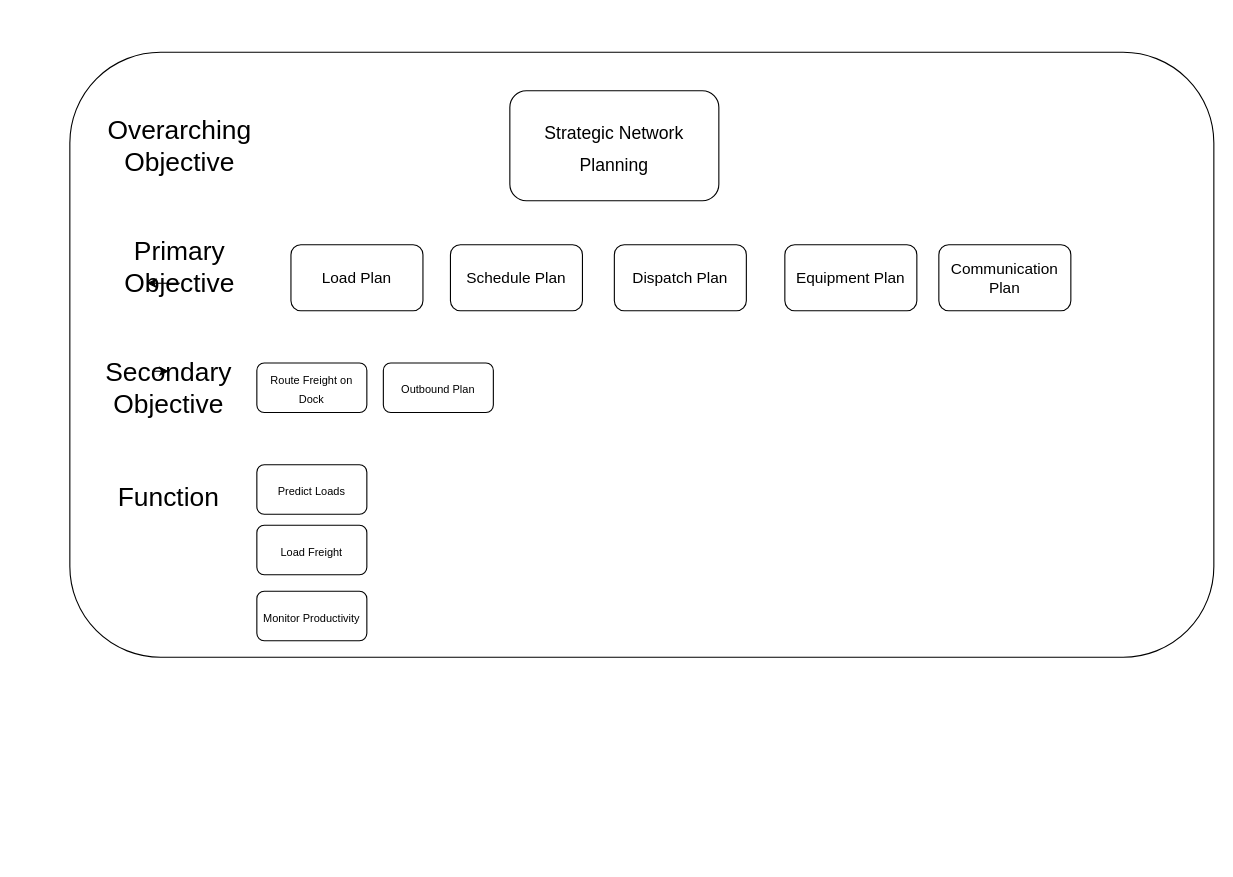
This is page "Objective Analysis" (2 of 3) of SSPN Replacement.drawio from RustyTruck/plc4trucksduck, a draw.io file, before an edit. Source tidied: cells renumbered, new cells numbered last; positions are measured from the earlier drawing's top-left corner, leaving out a move shared by most shapes. Both pictures are drawn from the tidied source at 110%, with x=0, y=0 at pixel (69, 52).
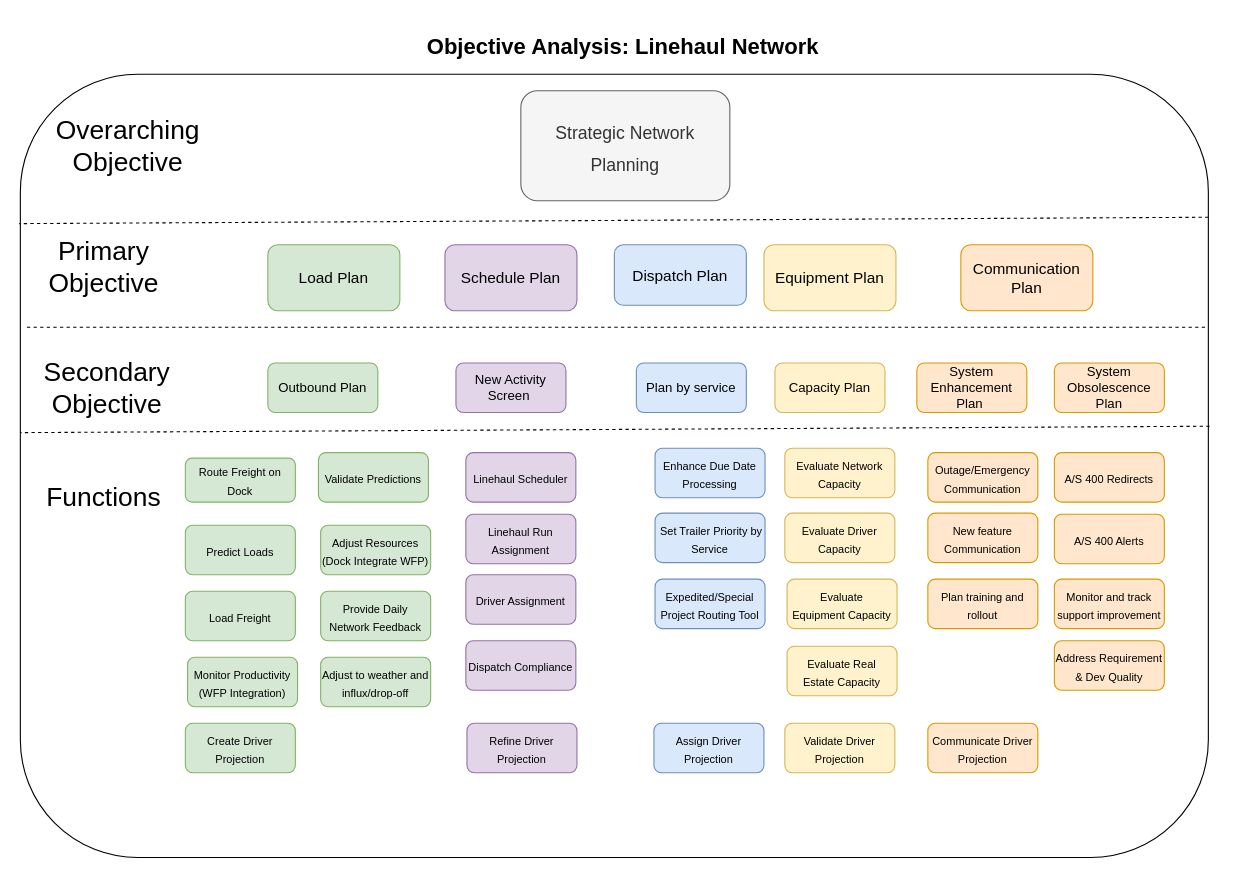
After the change.

Change to the diagram source:
```diff
@@
     <mxCell id="2" style="rounded=1;whiteSpace=wrap;html=1;fontSize=24;fontStyle=1;" parent="1" vertex="1">
-      <mxGeometry width="1040" height="550" as="geometry" />
+      <mxGeometry x="-45" y="20" width="1080" height="712" as="geometry" />
     </mxCell>
-    <mxCell id="3" value="&lt;font style=&quot;font-size: 16px&quot;&gt;Strategic Network Planning&lt;/font&gt;" style="rounded=1;whiteSpace=wrap;html=1;fontSize=24;" parent="1" vertex="1">
-      <mxGeometry x="400" y="35" width="190" height="100" as="geometry" />
+    <mxCell id="3" value="&lt;font style=&quot;font-size: 16px&quot;&gt;Strategic Network Planning&lt;/font&gt;" style="rounded=1;whiteSpace=wrap;html=1;fontSize=24;fillColor=#f5f5f5;fontColor=#333333;strokeColor=#666666;" parent="1" vertex="1">
+      <mxGeometry x="410" y="35" width="190" height="100" as="geometry" />
     </mxCell>
     <mxCell id="4" value="Overarching Objective" style="text;html=1;strokeColor=none;fillColor=none;align=center;verticalAlign=middle;whiteSpace=wrap;rounded=0;fontSize=24;" parent="1" vertex="1">
-      <mxGeometry x="70" y="70" width="60" height="30" as="geometry" />
+      <mxGeometry x="23" y="70" width="60" height="30" as="geometry" />
     </mxCell>
     <mxCell id="5" value="Primary Objective" style="text;html=1;strokeColor=none;fillColor=none;align=center;verticalAlign=middle;whiteSpace=wrap;rounded=0;fontSize=24;" parent="1" vertex="1">
-      <mxGeometry x="70" y="180" width="60" height="30" as="geometry" />
+      <mxGeometry x="1" y="180" width="60" height="30" as="geometry" />
     </mxCell>
-    <mxCell id="6" value="Load Plan" style="rounded=1;whiteSpace=wrap;html=1;fontSize=14;" parent="1" vertex="1">
-      <mxGeometry x="201" y="175" width="120" height="60" as="geometry" />
+    <mxCell id="6" value="Load Plan" style="rounded=1;whiteSpace=wrap;html=1;fontSize=14;fillColor=#d5e8d4;strokeColor=#82b366;" parent="1" vertex="1">
+      <mxGeometry x="180" y="175" width="120" height="60" as="geometry" />
     </mxCell>
-    <mxCell id="7" value="Schedule Plan" style="rounded=1;whiteSpace=wrap;html=1;fontSize=14;" parent="1" vertex="1">
-      <mxGeometry x="346" y="175" width="120" height="60" as="geometry" />
-    </mxCell>
-    <mxCell id="8" value="Dispatch Plan" style="rounded=1;whiteSpace=wrap;html=1;fontSize=14;" parent="1" vertex="1">
-      <mxGeometry x="495" y="175" width="120" height="60" as="geometry" />
+    <mxCell id="8" value="Dispatch Plan" style="rounded=1;whiteSpace=wrap;html=1;fontSize=14;fillColor=#dae8fc;strokeColor=#6c8ebf;" parent="1" vertex="1">
+      <mxGeometry x="495" y="175" width="120" height="55" as="geometry" />
     </mxCell>
-    <mxCell id="9" value="Communication Plan" style="rounded=1;whiteSpace=wrap;html=1;fontSize=14;" parent="1" vertex="1">
-      <mxGeometry x="790" y="175" width="120" height="60" as="geometry" />
+    <mxCell id="9" value="Communication Plan" style="rounded=1;whiteSpace=wrap;html=1;fontSize=14;fillColor=#ffe6cc;strokeColor=#d79b00;" parent="1" vertex="1">
+      <mxGeometry x="810" y="175" width="120" height="60" as="geometry" />
     </mxCell>
-    <mxCell id="10" value="Equipment Plan" style="rounded=1;whiteSpace=wrap;html=1;fontSize=14;" parent="1" vertex="1">
-      <mxGeometry x="650" y="175" width="120" height="60" as="geometry" />
+    <mxCell id="10" value="Equipment Plan" style="rounded=1;whiteSpace=wrap;html=1;fontSize=14;fillColor=#fff2cc;strokeColor=#d6b656;" parent="1" vertex="1">
+      <mxGeometry x="631" y="175" width="120" height="60" as="geometry" />
     </mxCell>
     <mxCell id="11" value="Secondary Objective&lt;br&gt;" style="text;html=1;strokeColor=none;fillColor=none;align=center;verticalAlign=middle;whiteSpace=wrap;rounded=0;fontSize=24;" parent="1" vertex="1">
-      <mxGeometry x="60" y="290" width="60" height="30" as="geometry" />
+      <mxGeometry x="4" y="290" width="60" height="30" as="geometry" />
     </mxCell>
-    <mxCell id="12" value="Function" style="text;html=1;strokeColor=none;fillColor=none;align=center;verticalAlign=middle;whiteSpace=wrap;rounded=0;fontSize=24;" parent="1" vertex="1">
-      <mxGeometry x="60" y="390" width="60" height="30" as="geometry" />
+    <mxCell id="12" value="Functions" style="text;html=1;strokeColor=none;fillColor=none;align=center;verticalAlign=middle;whiteSpace=wrap;rounded=0;fontSize=24;" parent="1" vertex="1">
+      <mxGeometry x="1" y="390" width="60" height="30" as="geometry" />
     </mxCell>
-    <mxCell id="13" value="&lt;font style=&quot;font-size: 10px&quot;&gt;Route Freight on Dock&lt;/font&gt;" style="rounded=1;whiteSpace=wrap;html=1;fontSize=14;" parent="1" vertex="1">
-      <mxGeometry x="170" y="282.5" width="100" height="45" as="geometry" />
-    </mxCell>
-    <mxCell id="14" value="&lt;font style=&quot;font-size: 10px&quot;&gt;Predict Loads&lt;/font&gt;" style="rounded=1;whiteSpace=wrap;html=1;fontSize=14;" parent="1" vertex="1">
-      <mxGeometry x="170" y="375" width="100" height="45" as="geometry" />
+    <mxCell id="14" value="&lt;font style=&quot;font-size: 10px&quot;&gt;Predict Loads&lt;/font&gt;" style="rounded=1;whiteSpace=wrap;html=1;fontSize=14;fillColor=#d5e8d4;strokeColor=#82b366;" parent="1" vertex="1">
+      <mxGeometry x="105" y="430" width="100" height="45" as="geometry" />
     </mxCell>
-    <mxCell id="15" value="&lt;font style=&quot;font-size: 10px&quot;&gt;Load Freight&lt;/font&gt;" style="rounded=1;whiteSpace=wrap;html=1;fontSize=14;" parent="1" vertex="1">
-      <mxGeometry x="170" y="430" width="100" height="45" as="geometry" />
+    <mxCell id="15" value="&lt;font style=&quot;font-size: 10px&quot;&gt;Load Freight&lt;/font&gt;" style="rounded=1;whiteSpace=wrap;html=1;fontSize=14;fillColor=#d5e8d4;strokeColor=#82b366;" parent="1" vertex="1">
+      <mxGeometry x="105" y="490" width="100" height="45" as="geometry" />
     </mxCell>
-    <mxCell id="16" value="&lt;font style=&quot;font-size: 10px&quot;&gt;Monitor Productivity&lt;/font&gt;" style="rounded=1;whiteSpace=wrap;html=1;fontSize=14;" parent="1" vertex="1">
-      <mxGeometry x="170" y="490" width="100" height="45" as="geometry" />
+    <mxCell id="16" value="&lt;font style=&quot;font-size: 10px&quot;&gt;Monitor Productivity (WFP Integration)&lt;/font&gt;" style="rounded=1;whiteSpace=wrap;html=1;fontSize=14;fillColor=#d5e8d4;strokeColor=#82b366;" parent="1" vertex="1">
+      <mxGeometry x="107" y="550" width="100" height="45" as="geometry" />
     </mxCell>
-    <mxCell id="17" style="edgeStyle=orthogonalEdgeStyle;rounded=0;orthogonalLoop=1;jettySize=auto;html=1;exitX=0.5;exitY=1;exitDx=0;exitDy=0;entryX=0;entryY=1;entryDx=0;entryDy=0;fontSize=10;" parent="1" edge="1" source="5" target="5">
-      <mxGeometry relative="1" as="geometry" />
-    </mxCell>
-    <mxCell id="18" style="edgeStyle=orthogonalEdgeStyle;rounded=0;orthogonalLoop=1;jettySize=auto;html=1;exitX=0.25;exitY=0;exitDx=0;exitDy=0;entryX=0.5;entryY=0;entryDx=0;entryDy=0;fontSize=10;" parent="1" edge="1" source="11" target="11">
-      <mxGeometry relative="1" as="geometry" />
-    </mxCell>
+    <mxCell id="20" value="&lt;span style=&quot;font-size: 10px&quot;&gt;Evaluate Network Capacity&lt;/span&gt;" style="rounded=1;whiteSpace=wrap;html=1;fontSize=14;fillColor=#fff2cc;strokeColor=#d6b656;" parent="1" vertex="1">
+      <mxGeometry x="650" y="360" width="100" height="45" as="geometry" />
+    </mxCell>
+    <mxCell id="21" value="&lt;font style=&quot;font-size: 10px&quot;&gt;Driver Assignment&lt;/font&gt;" style="rounded=1;whiteSpace=wrap;html=1;fontSize=14;fillColor=#e1d5e7;strokeColor=#9673a6;" parent="1" vertex="1">
+      <mxGeometry x="360" y="475" width="100" height="45" as="geometry" />
+    </mxCell>
+    <mxCell id="22" value="&lt;font style=&quot;font-size: 10px&quot;&gt;Dispatch Compliance&lt;/font&gt;" style="rounded=1;whiteSpace=wrap;html=1;fontSize=14;fillColor=#e1d5e7;strokeColor=#9673a6;" parent="1" vertex="1">
+      <mxGeometry x="360" y="535" width="100" height="45" as="geometry" />
+    </mxCell>
+    <mxCell id="23" value="&lt;font style=&quot;font-size: 12px;&quot;&gt;System Obsolescence Plan&lt;/font&gt;" style="rounded=1;whiteSpace=wrap;html=1;fontSize=12;fillColor=#ffe6cc;strokeColor=#d79b00;" parent="1" vertex="1">
+      <mxGeometry x="895" y="282.5" width="100" height="45" as="geometry" />
+    </mxCell>
+    <mxCell id="24" style="edgeStyle=orthogonalEdgeStyle;rounded=0;orthogonalLoop=1;jettySize=auto;html=1;exitX=0.5;exitY=1;exitDx=0;exitDy=0;fontSize=10;" parent="1" edge="1">
+      <mxGeometry relative="1" as="geometry">
+        <mxPoint x="700" y="327.5" as="sourcePoint" />
+        <mxPoint x="700" y="327.5" as="targetPoint" />
+      </mxGeometry>
+    </mxCell>
+    <mxCell id="25" value="&lt;span style=&quot;font-size: 10px&quot;&gt;Outage/Emergency Communication&lt;/span&gt;" style="rounded=1;whiteSpace=wrap;html=1;fontSize=14;fillColor=#ffe6cc;strokeColor=#d79b00;" parent="1" vertex="1">
+      <mxGeometry x="780" y="364" width="100" height="45" as="geometry" />
+    </mxCell>
+    <mxCell id="26" value="&lt;span style=&quot;font-size: 10px&quot;&gt;New feature Communication&lt;/span&gt;" style="rounded=1;whiteSpace=wrap;html=1;fontSize=14;fillColor=#ffe6cc;strokeColor=#d79b00;" parent="1" vertex="1">
+      <mxGeometry x="780" y="419" width="100" height="45" as="geometry" />
+    </mxCell>
+    <mxCell id="27" value="&lt;span style=&quot;font-size: 10px&quot;&gt;Plan training and rollout&lt;/span&gt;" style="rounded=1;whiteSpace=wrap;html=1;fontSize=14;fillColor=#ffe6cc;strokeColor=#d79b00;" parent="1" vertex="1">
+      <mxGeometry x="780" y="479" width="100" height="45" as="geometry" />
+    </mxCell>
+    <mxCell id="28" value="&lt;font style=&quot;font-size: 10px&quot;&gt;A/S 400 Redirects&lt;/font&gt;" style="rounded=1;whiteSpace=wrap;html=1;fontSize=14;fillColor=#ffe6cc;strokeColor=#d79b00;" parent="1" vertex="1">
+      <mxGeometry x="895" y="364" width="100" height="45" as="geometry" />
+    </mxCell>
+    <mxCell id="29" value="&lt;font style=&quot;font-size: 10px&quot;&gt;A/S 400 Alerts&lt;/font&gt;" style="rounded=1;whiteSpace=wrap;html=1;fontSize=14;fillColor=#ffe6cc;strokeColor=#d79b00;" parent="1" vertex="1">
+      <mxGeometry x="895" y="420" width="100" height="45" as="geometry" />
+    </mxCell>
+    <mxCell id="30" value="&lt;font style=&quot;font-size: 10px&quot;&gt;Monitor and track support improvement&lt;/font&gt;" style="rounded=1;whiteSpace=wrap;html=1;fontSize=14;fillColor=#ffe6cc;strokeColor=#d79b00;" parent="1" vertex="1">
+      <mxGeometry x="895" y="479" width="100" height="45" as="geometry" />
+    </mxCell>
+    <mxCell id="31" value="&lt;font style=&quot;font-size: 10px&quot;&gt;Validate Predictions&lt;/font&gt;" style="rounded=1;whiteSpace=wrap;html=1;fontSize=14;fillColor=#d5e8d4;strokeColor=#82b366;" parent="1" vertex="1">
+      <mxGeometry x="226" y="364" width="100" height="45" as="geometry" />
+    </mxCell>
+    <mxCell id="32" value="&lt;font style=&quot;font-size: 10px&quot;&gt;Adjust Resources (Dock Integrate WFP)&lt;/font&gt;" style="rounded=1;whiteSpace=wrap;html=1;fontSize=14;fillColor=#d5e8d4;strokeColor=#82b366;" parent="1" vertex="1">
+      <mxGeometry x="228" y="430" width="100" height="45" as="geometry" />
+    </mxCell>
+    <mxCell id="33" value="&lt;span style=&quot;font-size: 10px&quot;&gt;Provide Daily Network Feedback&lt;/span&gt;" style="rounded=1;whiteSpace=wrap;html=1;fontSize=14;fillColor=#d5e8d4;strokeColor=#82b366;" parent="1" vertex="1">
+      <mxGeometry x="228" y="490" width="100" height="45" as="geometry" />
+    </mxCell>
+    <mxCell id="34" value="&lt;span style=&quot;font-size: 10px&quot;&gt;Adjust to weather and influx/drop-off&lt;/span&gt;" style="rounded=1;whiteSpace=wrap;html=1;fontSize=14;fillColor=#d5e8d4;strokeColor=#82b366;" parent="1" vertex="1">
+      <mxGeometry x="228" y="550" width="100" height="45" as="geometry" />
+    </mxCell>
+    <mxCell id="35" style="endArrow=none;dashed=1;html=1;rounded=0;fontSize=10;" parent="1" edge="1">
+      <mxGeometry relative="1" as="geometry">
+        <mxPoint x="1032" y="250" as="sourcePoint" />
+        <mxPoint x="-40" y="250" as="targetPoint" />
+      </mxGeometry>
+    </mxCell>
+    <mxCell id="36" style="endArrow=none;dashed=1;html=1;rounded=0;fontSize=10;entryX=0.001;entryY=0.372;entryDx=0;entryDy=0;entryPerimeter=0;exitX=1.002;exitY=0.363;exitDx=0;exitDy=0;exitPerimeter=0;" parent="1" edge="1">
+      <mxGeometry relative="1" as="geometry">
+        <mxPoint x="1036.1" y="340" as="sourcePoint" />
+        <mxPoint x="-45" y="345.8" as="targetPoint" />
+      </mxGeometry>
+    </mxCell>
+    <mxCell id="37" style="endArrow=none;dashed=1;html=1;rounded=0;fontSize=10;entryX=0.001;entryY=0.372;entryDx=0;entryDy=0;entryPerimeter=0;exitX=1.002;exitY=0.363;exitDx=0;exitDy=0;exitPerimeter=0;" parent="1" edge="1">
+      <mxGeometry relative="1" as="geometry">
+        <mxPoint x="1035.1" y="150" as="sourcePoint" />
+        <mxPoint x="-46" y="155.8" as="targetPoint" />
+      </mxGeometry>
+    </mxCell>
+    <mxCell id="38" value="&lt;font style=&quot;font-size: 10px&quot;&gt;Address Requirement &amp;amp; Dev Quality&lt;/font&gt;" style="rounded=1;whiteSpace=wrap;html=1;fontSize=14;fillColor=#ffe6cc;strokeColor=#d79b00;" parent="1" vertex="1">
+      <mxGeometry x="895" y="535" width="100" height="45" as="geometry" />
+    </mxCell>
+    <mxCell id="39" value="&lt;font style=&quot;font-size: 10px&quot;&gt;Enhance Due Date Processing&lt;/font&gt;" style="rounded=1;whiteSpace=wrap;html=1;fontSize=14;fillColor=#dae8fc;strokeColor=#6c8ebf;" parent="1" vertex="1">
+      <mxGeometry x="532" y="360" width="100" height="45" as="geometry" />
+    </mxCell>
+    <mxCell id="40" value="&lt;span style=&quot;font-size: 10px&quot;&gt;&amp;nbsp;Set Trailer Priority by Service&lt;/span&gt;" style="rounded=1;whiteSpace=wrap;html=1;fontSize=14;fillColor=#dae8fc;strokeColor=#6c8ebf;" parent="1" vertex="1">
+      <mxGeometry x="532" y="419" width="100" height="45" as="geometry" />
+    </mxCell>
+    <mxCell id="41" value="&lt;h1&gt;Objective Analysis: Linehaul Network&amp;nbsp;&lt;/h1&gt;" style="text;html=1;strokeColor=none;fillColor=none;spacing=5;spacingTop=-20;whiteSpace=wrap;overflow=hidden;rounded=0;fontSize=10;" parent="1" vertex="1">
+      <mxGeometry x="320" y="-20" width="385" height="40" as="geometry" />
+    </mxCell>
+    <mxCell id="42" value="&lt;font style=&quot;font-size: 10px&quot;&gt;Linehaul Scheduler&lt;/font&gt;" style="rounded=1;whiteSpace=wrap;html=1;fontSize=14;fillColor=#e1d5e7;strokeColor=#9673a6;" parent="1" vertex="1">
+      <mxGeometry x="360" y="364" width="100" height="45" as="geometry" />
+    </mxCell>
+    <mxCell id="43" value="&lt;font style=&quot;font-size: 10px&quot;&gt;Linehaul Run Assignment&lt;/font&gt;" style="rounded=1;whiteSpace=wrap;html=1;fontSize=14;fillColor=#e1d5e7;strokeColor=#9673a6;" parent="1" vertex="1">
+      <mxGeometry x="360" y="420" width="100" height="45" as="geometry" />
+    </mxCell>
+    <mxCell id="44" value="&lt;font style=&quot;font-size: 10px&quot;&gt;Expedited/Special Project Routing Tool&lt;/font&gt;" style="rounded=1;whiteSpace=wrap;html=1;fontSize=14;fillColor=#dae8fc;strokeColor=#6c8ebf;" parent="1" vertex="1">
+      <mxGeometry x="532" y="479" width="100" height="45" as="geometry" />
+    </mxCell>
+    <mxCell id="45" value="&lt;span style=&quot;font-size: 10px&quot;&gt;Evaluate Driver Capacity&lt;/span&gt;" style="rounded=1;whiteSpace=wrap;html=1;fontSize=14;fillColor=#fff2cc;strokeColor=#d6b656;" parent="1" vertex="1">
+      <mxGeometry x="650" y="419" width="100" height="45" as="geometry" />
+    </mxCell>
+    <mxCell id="46" value="&lt;span style=&quot;font-size: 10px&quot;&gt;Evaluate Equipment&amp;nbsp;&lt;/span&gt;&lt;span style=&quot;font-size: 10px&quot;&gt;Capacity&lt;/span&gt;" style="rounded=1;whiteSpace=wrap;html=1;fontSize=14;fillColor=#fff2cc;strokeColor=#d6b656;" parent="1" vertex="1">
+      <mxGeometry x="652" y="479" width="100" height="45" as="geometry" />
+    </mxCell>
+    <mxCell id="47" value="&lt;font style=&quot;font-size: 12px;&quot;&gt;System Enhancement Plan&amp;nbsp;&lt;/font&gt;" style="rounded=1;whiteSpace=wrap;html=1;fontSize=12;fillColor=#ffe6cc;strokeColor=#d79b00;" parent="1" vertex="1">
+      <mxGeometry x="770" y="282.5" width="100" height="45" as="geometry" />
+    </mxCell>
-    <mxCell id="19" value="&lt;font style=&quot;font-size: 10px&quot;&gt;Outbound Plan&lt;/font&gt;" style="rounded=1;whiteSpace=wrap;html=1;fontSize=14;" parent="1" vertex="1">
-      <mxGeometry x="285" y="282.5" width="100" height="45" as="geometry" />
+    <mxCell id="19" value="&lt;font style=&quot;font-size: 12px;&quot;&gt;Outbound Plan&lt;/font&gt;" style="rounded=1;whiteSpace=wrap;html=1;fontSize=12;fillColor=#d5e8d4;strokeColor=#82b366;" parent="1" vertex="1">
+      <mxGeometry x="180" y="282.5" width="100" height="45" as="geometry" />
     </mxCell>
+    <mxCell id="48" value="&lt;font style=&quot;font-size: 12px;&quot;&gt;Plan by service&lt;/font&gt;" style="rounded=1;whiteSpace=wrap;html=1;fontSize=12;fillColor=#dae8fc;strokeColor=#6c8ebf;" parent="1" vertex="1">
+      <mxGeometry x="515" y="282.5" width="100" height="45" as="geometry" />
+    </mxCell>
+    <mxCell id="49" value="&lt;font style=&quot;font-size: 12px;&quot;&gt;Capacity Plan&lt;/font&gt;" style="rounded=1;whiteSpace=wrap;html=1;fontSize=12;fillColor=#fff2cc;strokeColor=#d6b656;" parent="1" vertex="1">
+      <mxGeometry x="641" y="282.5" width="100" height="45" as="geometry" />
+    </mxCell>
+    <mxCell id="50" value="&lt;span style=&quot;font-size: 10px&quot;&gt;Evaluate Real Estate&amp;nbsp;&lt;/span&gt;&lt;span style=&quot;font-size: 10px&quot;&gt;Capacity&lt;/span&gt;" style="rounded=1;whiteSpace=wrap;html=1;fontSize=14;fillColor=#fff2cc;strokeColor=#d6b656;" parent="1" vertex="1">
+      <mxGeometry x="652" y="540" width="100" height="45" as="geometry" />
+    </mxCell>
+    <mxCell id="13" value="&lt;font style=&quot;font-size: 10px&quot;&gt;Route Freight on Dock&lt;/font&gt;" style="rounded=1;whiteSpace=wrap;html=1;fontSize=14;fillColor=#d5e8d4;strokeColor=#82b366;" parent="1" vertex="1">
+      <mxGeometry x="105" y="369" width="100" height="40" as="geometry" />
+    </mxCell>
+    <mxCell id="7" value="Schedule Plan" style="rounded=1;whiteSpace=wrap;html=1;fontSize=14;fillColor=#e1d5e7;strokeColor=#9673a6;" parent="1" vertex="1">
+      <mxGeometry x="341" y="175" width="120" height="60" as="geometry" />
+    </mxCell>
+    <mxCell id="51" value="&lt;font style=&quot;font-size: 12px&quot;&gt;New Activity Screen&amp;nbsp;&lt;/font&gt;" style="rounded=1;whiteSpace=wrap;html=1;fontSize=12;fillColor=#e1d5e7;strokeColor=#9673a6;" parent="1" vertex="1">
+      <mxGeometry x="351" y="282.5" width="100" height="45" as="geometry" />
+    </mxCell>
+    <mxCell id="52" value="&lt;font style=&quot;font-size: 10px&quot;&gt;Create Driver Projection&lt;/font&gt;" style="rounded=1;whiteSpace=wrap;html=1;fontSize=14;fillColor=#d5e8d4;strokeColor=#82b366;" parent="1" vertex="1">
+      <mxGeometry x="105" y="610" width="100" height="45" as="geometry" />
+    </mxCell>
+    <mxCell id="53" value="&lt;font style=&quot;font-size: 10px&quot;&gt;Refine Driver Projection&lt;/font&gt;" style="rounded=1;whiteSpace=wrap;html=1;fontSize=14;fillColor=#e1d5e7;strokeColor=#9673a6;" parent="1" vertex="1">
+      <mxGeometry x="361" y="610" width="100" height="45" as="geometry" />
+    </mxCell>
+    <mxCell id="54" value="&lt;font style=&quot;font-size: 10px&quot;&gt;Assign Driver Projection&lt;/font&gt;" style="rounded=1;whiteSpace=wrap;html=1;fontSize=14;fillColor=#dae8fc;strokeColor=#6c8ebf;" parent="1" vertex="1">
+      <mxGeometry x="531" y="610" width="100" height="45" as="geometry" />
+    </mxCell>
+    <mxCell id="55" value="&lt;span style=&quot;font-size: 10px&quot;&gt;Validate Driver Projection&lt;/span&gt;" style="rounded=1;whiteSpace=wrap;html=1;fontSize=14;fillColor=#fff2cc;strokeColor=#d6b656;" parent="1" vertex="1">
+      <mxGeometry x="650" y="610" width="100" height="45" as="geometry" />
+    </mxCell>
+    <mxCell id="56" value="&lt;font style=&quot;font-size: 10px&quot;&gt;Communicate Driver Projection&lt;/font&gt;" style="rounded=1;whiteSpace=wrap;html=1;fontSize=14;fillColor=#ffe6cc;strokeColor=#d79b00;" parent="1" vertex="1">
+      <mxGeometry x="780" y="610" width="100" height="45" as="geometry" />
+    </mxCell>
```
